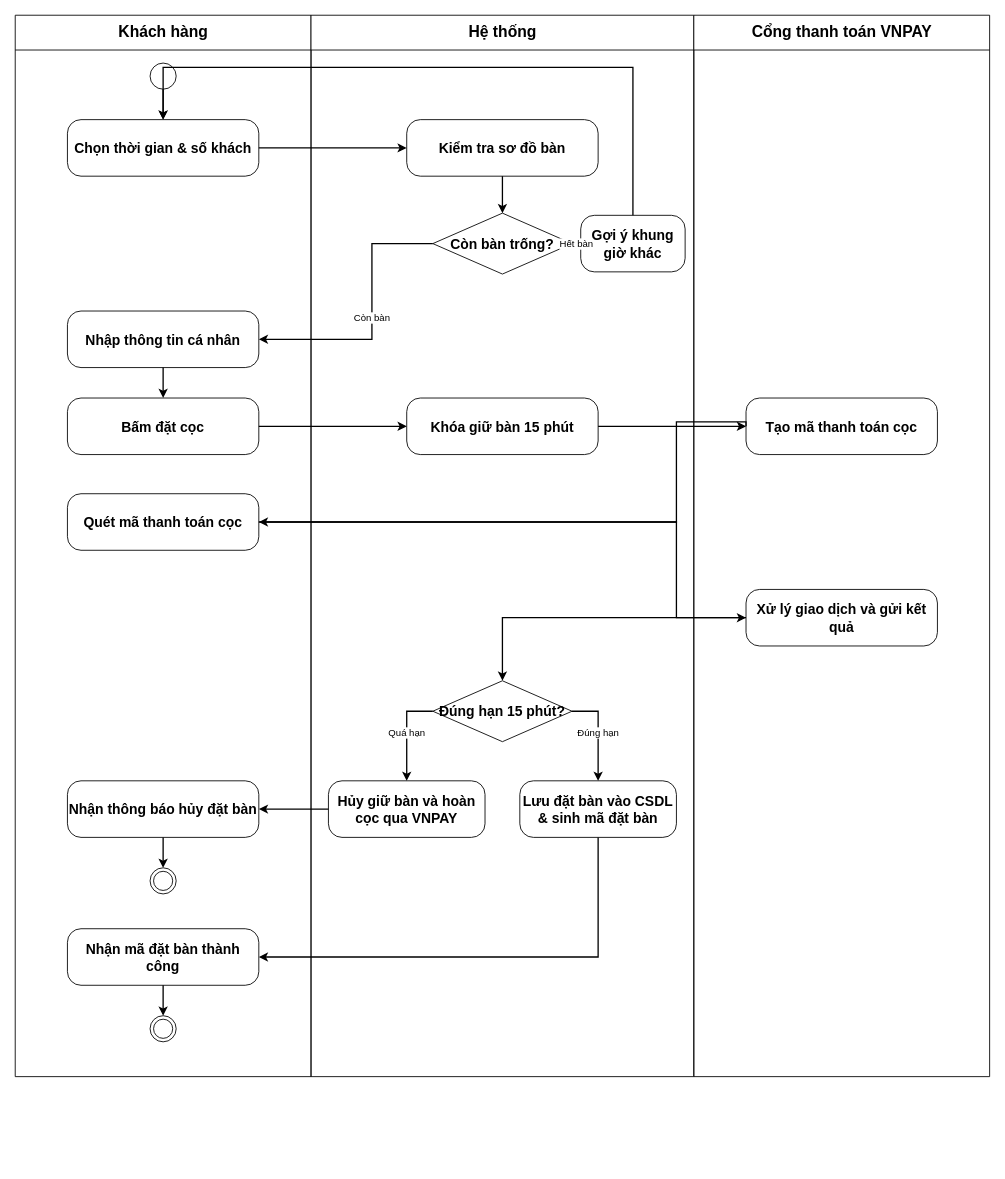
AndrewQng/VinDining keeps this draw.io diagram as docs/phase1/drawio/ad01_reservation_deposit.drawio. Above is the earlier version. Source tidied: cells renumbered, new cells numbered last; positions are measured from the earlier drawing's top-left corner, leaving out a move shared by most shapes. Both pictures are drawn from the tidied source at 87%, with x=0, y=0 at pixel (15, 15).
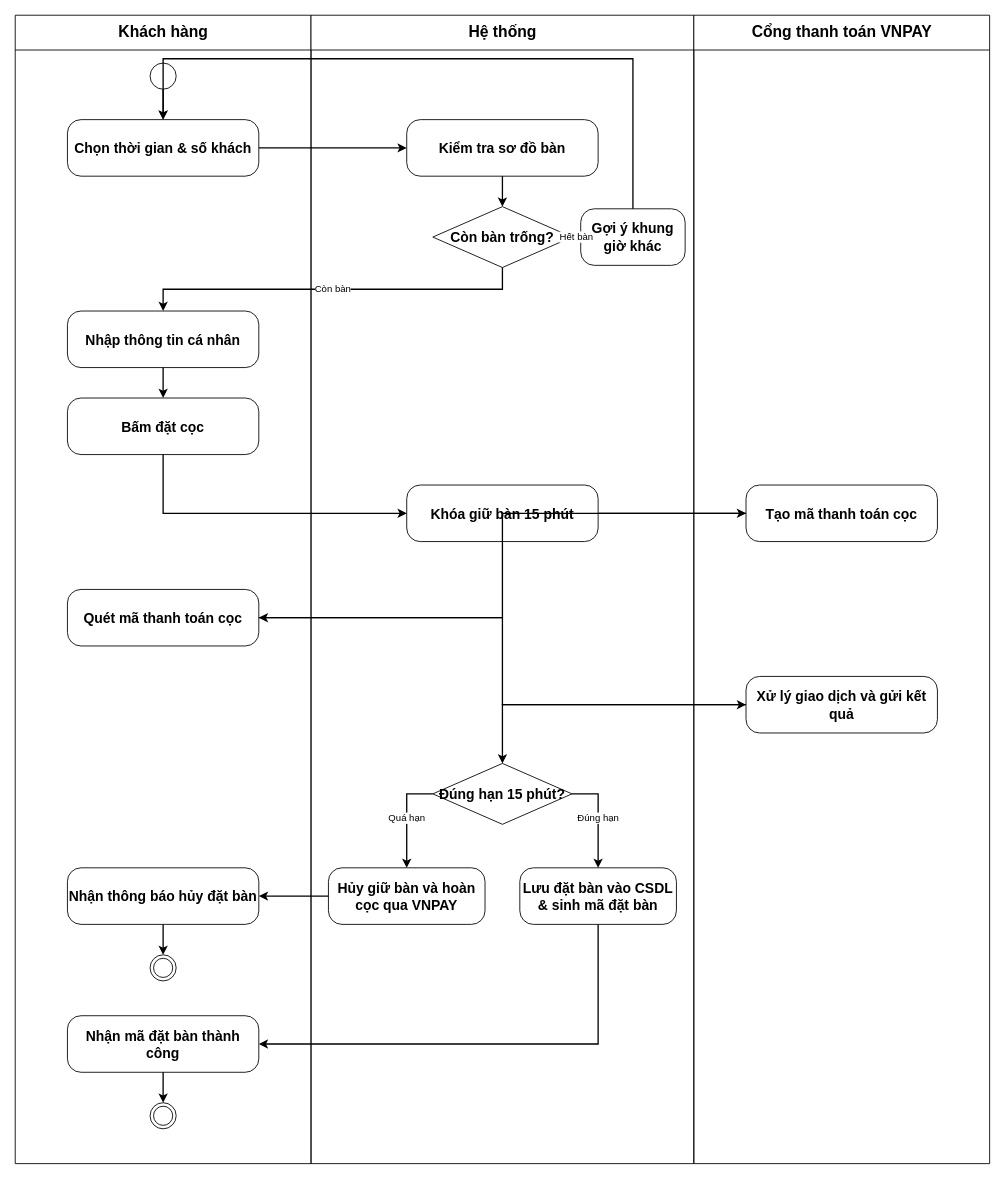
The same page after the edit.

Commit message:
fix(ad01): loai bo triet de diem uon gay loi duong doc va lech mui ten

The change refers to these unchanged cells:
```xml
<mxCell id="4" value="Chọn thời gian &amp;amp; số khách" style="rounded=1;arcSize=24;whiteSpace=wrap;html=1;fontStyle=1;fontSize=16;align=center;verticalAlign=middle;" parent="2" vertex="1">
  <mxGeometry x="60" y="120" width="220" height="65" as="geometry" />
</mxCell>
<mxCell id="5" value="Nhập thông tin cá nhân" style="rounded=1;arcSize=24;whiteSpace=wrap;html=1;fontStyle=1;fontSize=16;align=center;verticalAlign=middle;" parent="2" vertex="1">
  <mxGeometry x="60" y="340" width="220" height="65" as="geometry" />
</mxCell>
<mxCell id="6" value="Bấm đặt cọc" style="rounded=1;arcSize=24;whiteSpace=wrap;html=1;fontStyle=1;fontSize=16;align=center;verticalAlign=middle;" parent="2" vertex="1">
  <mxGeometry x="60" y="440" width="220" height="65" as="geometry" />
</mxCell>
```

The edit, as a diff of the source:
```diff
@@
     <mxCell id="2" value="Khách hàng" style="swimlane;html=1;startSize=40;horizontal=1;fontStyle=1;fontSize=18;align=center;verticalAlign=middle;swimlaneLine=1;" parent="1" vertex="1">
-      <mxGeometry width="340" height="1220" as="geometry" />
+      <mxGeometry width="340" height="1320" as="geometry" />
     </mxCell>
@@
     <mxCell id="7" value="Quét mã thanh toán cọc" style="rounded=1;arcSize=24;whiteSpace=wrap;html=1;fontStyle=1;fontSize=16;align=center;verticalAlign=middle;" parent="2" vertex="1">
-      <mxGeometry x="60" y="550" width="220" height="65" as="geometry" />
+      <mxGeometry x="60" y="660" width="220" height="65" as="geometry" />
     </mxCell>
     <mxCell id="8" value="Nhận thông báo hủy đặt bàn" style="rounded=1;arcSize=24;whiteSpace=wrap;html=1;fontStyle=1;fontSize=16;align=center;verticalAlign=middle;" parent="2" vertex="1">
-      <mxGeometry x="60" y="880" width="220" height="65" as="geometry" />
+      <mxGeometry x="60" y="980" width="220" height="65" as="geometry" />
     </mxCell>
     <mxCell id="9" style="ellipse;html=1;shape=endState;fontSize=18;" parent="2" vertex="1">
-      <mxGeometry x="155" y="980" width="30" height="30" as="geometry" />
+      <mxGeometry x="155" y="1080" width="30" height="30" as="geometry" />
     </mxCell>
     <mxCell id="10" value="Nhận mã đặt bàn thành công" style="rounded=1;arcSize=24;whiteSpace=wrap;html=1;fontStyle=1;fontSize=16;align=center;verticalAlign=middle;" parent="2" vertex="1">
-      <mxGeometry x="60" y="1050" width="220" height="65" as="geometry" />
+      <mxGeometry x="60" y="1150" width="220" height="65" as="geometry" />
     </mxCell>
     <mxCell id="11" style="ellipse;html=1;shape=endState;fontSize=18;" parent="2" vertex="1">
-      <mxGeometry x="155" y="1150" width="30" height="30" as="geometry" />
+      <mxGeometry x="155" y="1250" width="30" height="30" as="geometry" />
     </mxCell>
@@
     <mxCell id="16" value="Hệ thống" style="swimlane;html=1;startSize=40;horizontal=1;fontStyle=1;fontSize=18;align=center;verticalAlign=middle;swimlaneLine=1;" parent="1" vertex="1">
-      <mxGeometry x="340" width="440" height="1220" as="geometry" />
+      <mxGeometry x="340" width="440" height="1320" as="geometry" />
     </mxCell>
@@
     <mxCell id="18" value="Còn bàn trống?" style="rhombus;whiteSpace=wrap;html=1;fontStyle=1;fontSize=16;align=center;verticalAlign=middle;" parent="16" vertex="1">
-      <mxGeometry x="140" y="227.5" width="160" height="70" as="geometry" />
+      <mxGeometry x="140" y="220" width="160" height="70" as="geometry" />
     </mxCell>
     <mxCell id="19" value="Gợi ý khung giờ khác" style="rounded=1;arcSize=24;whiteSpace=wrap;html=1;fontStyle=1;fontSize=16;align=center;verticalAlign=middle;" parent="16" vertex="1">
-      <mxGeometry x="310" y="230" width="120" height="65" as="geometry" />
+      <mxGeometry x="310" y="222.5" width="120" height="65" as="geometry" />
     </mxCell>
     <mxCell id="20" value="Khóa giữ bàn 15 phút" style="rounded=1;arcSize=24;whiteSpace=wrap;html=1;fontStyle=1;fontSize=16;align=center;verticalAlign=middle;" parent="16" vertex="1">
-      <mxGeometry x="110" y="440" width="220" height="65" as="geometry" />
+      <mxGeometry x="110" y="540" width="220" height="65" as="geometry" />
     </mxCell>
     <mxCell id="21" value="Đúng hạn 15 phút?" style="rhombus;whiteSpace=wrap;html=1;fontStyle=1;fontSize=16;align=center;verticalAlign=middle;" parent="16" vertex="1">
-      <mxGeometry x="140" y="765" width="160" height="70" as="geometry" />
+      <mxGeometry x="140" y="860" width="160" height="70" as="geometry" />
     </mxCell>
     <mxCell id="22" value="Hủy giữ bàn và hoàn cọc qua VNPAY" style="rounded=1;arcSize=24;whiteSpace=wrap;html=1;fontStyle=1;fontSize=16;align=center;verticalAlign=middle;" parent="16" vertex="1">
-      <mxGeometry x="20" y="880" width="180" height="65" as="geometry" />
+      <mxGeometry x="20" y="980" width="180" height="65" as="geometry" />
     </mxCell>
     <mxCell id="23" value="Lưu đặt bàn vào CSDL &amp;amp; sinh mã đặt bàn" style="rounded=1;arcSize=24;whiteSpace=wrap;html=1;fontStyle=1;fontSize=16;align=center;verticalAlign=middle;" parent="16" vertex="1">
-      <mxGeometry x="240" y="880" width="180" height="65" as="geometry" />
+      <mxGeometry x="240" y="980" width="180" height="65" as="geometry" />
     </mxCell>
@@
     <mxCell id="26" value="Quá hạn" style="edgeStyle=orthogonalEdgeStyle;rounded=0;strokeWidth=1.5;html=1;exitX=0;exitY=0.5;entryX=0.5;entryY=0;" parent="16" edge="1" source="21" target="22">
-      <mxGeometry relative="1" as="geometry">
-        <Array as="points">
-          <mxPoint x="110" y="800" />
-        </Array>
-      </mxGeometry>
+      <mxGeometry relative="1" as="geometry" />
     </mxCell>
     <mxCell id="27" value="Đúng hạn" style="edgeStyle=orthogonalEdgeStyle;rounded=0;strokeWidth=1.5;html=1;exitX=1;exitY=0.5;entryX=0.5;entryY=0;" parent="16" edge="1" source="21" target="23">
-      <mxGeometry relative="1" as="geometry">
-        <Array as="points">
-          <mxPoint x="330" y="800" />
-        </Array>
-      </mxGeometry>
+      <mxGeometry relative="1" as="geometry" />
     </mxCell>
     <mxCell id="28" value="Cổng thanh toán VNPAY" style="swimlane;html=1;startSize=40;horizontal=1;fontStyle=1;fontSize=18;align=center;verticalAlign=middle;swimlaneLine=1;" parent="1" vertex="1">
-      <mxGeometry x="780" width="340" height="1220" as="geometry" />
+      <mxGeometry x="780" width="340" height="1320" as="geometry" />
     </mxCell>
     <mxCell id="29" value="Tạo mã thanh toán cọc" style="rounded=1;arcSize=24;whiteSpace=wrap;html=1;fontStyle=1;fontSize=16;align=center;verticalAlign=middle;" parent="28" vertex="1">
-      <mxGeometry x="60" y="440" width="220" height="65" as="geometry" />
+      <mxGeometry x="60" y="540" width="220" height="65" as="geometry" />
     </mxCell>
     <mxCell id="30" value="Xử lý giao dịch và gửi kết quả" style="rounded=1;arcSize=24;whiteSpace=wrap;html=1;fontStyle=1;fontSize=16;align=center;verticalAlign=middle;" parent="28" vertex="1">
-      <mxGeometry x="60" y="660" width="220" height="65" as="geometry" />
+      <mxGeometry x="60" y="760" width="220" height="65" as="geometry" />
     </mxCell>
@@
     <mxCell id="32" style="edgeStyle=orthogonalEdgeStyle;rounded=0;strokeWidth=1.5;html=1;exitX=0.5;exitY=0;entryX=0.5;entryY=0;" parent="1" edge="1" source="19" target="4">
       <mxGeometry relative="1" as="geometry">
         <Array as="points">
-          <mxPoint x="710" y="60" />
-          <mxPoint x="170" y="60" />
+          <mxPoint x="710" y="50" />
+          <mxPoint x="170" y="50" />
         </Array>
       </mxGeometry>
     </mxCell>
-    <mxCell id="33" value="Còn bàn" style="edgeStyle=orthogonalEdgeStyle;rounded=0;strokeWidth=1.5;html=1;exitX=0;exitY=0.5;entryX=1;entryY=0.5;" parent="1" edge="1" source="18" target="5">
-      <mxGeometry relative="1" as="geometry">
-        <Array as="points">
-          <mxPoint x="410" y="262.5" />
-          <mxPoint x="410" y="372.5" />
-        </Array>
-      </mxGeometry>
+    <mxCell id="33" value="Còn bàn" style="edgeStyle=orthogonalEdgeStyle;rounded=0;strokeWidth=1.5;html=1;exitX=0.5;exitY=1;entryX=0.5;entryY=0;" parent="1" edge="1" source="18" target="5">
+      <mxGeometry relative="1" as="geometry" />
     </mxCell>
-    <mxCell id="34" style="edgeStyle=orthogonalEdgeStyle;rounded=0;strokeWidth=1.5;html=1;exitX=1;exitY=0.5;entryX=0;entryY=0.5;" parent="1" edge="1" source="6" target="20">
+    <mxCell id="34" style="edgeStyle=orthogonalEdgeStyle;rounded=0;strokeWidth=1.5;html=1;exitX=0.5;exitY=1;entryX=0;entryY=0.5;" parent="1" edge="1" source="6" target="20">
       <mxGeometry relative="1" as="geometry" />
     </mxCell>
@@
     <mxCell id="36" style="edgeStyle=orthogonalEdgeStyle;rounded=0;strokeWidth=1.5;html=1;exitX=0;exitY=0.5;entryX=1;entryY=0.5;" parent="1" edge="1" source="29" target="7">
-      <mxGeometry relative="1" as="geometry">
-        <Array as="points">
-          <mxPoint x="760" y="467.5" />
-          <mxPoint x="760" y="582.5" />
-        </Array>
-      </mxGeometry>
+      <mxGeometry relative="1" as="geometry" />
     </mxCell>
     <mxCell id="37" style="edgeStyle=orthogonalEdgeStyle;rounded=0;strokeWidth=1.5;html=1;exitX=1;exitY=0.5;entryX=0;entryY=0.5;" parent="1" edge="1" source="7" target="30">
-      <mxGeometry relative="1" as="geometry">
-        <Array as="points">
-          <mxPoint x="760" y="582.5" />
-          <mxPoint x="760" y="692.5" />
-        </Array>
-      </mxGeometry>
+      <mxGeometry relative="1" as="geometry" />
     </mxCell>
     <mxCell id="38" style="edgeStyle=orthogonalEdgeStyle;rounded=0;strokeWidth=1.5;html=1;exitX=0;exitY=0.5;entryX=0.5;entryY=0;" parent="1" edge="1" source="30" target="21">
-      <mxGeometry relative="1" as="geometry">
-        <Array as="points">
-          <mxPoint x="560" y="692.5" />
-        </Array>
-      </mxGeometry>
+      <mxGeometry relative="1" as="geometry" />
     </mxCell>
@@
     <mxCell id="40" style="edgeStyle=orthogonalEdgeStyle;rounded=0;strokeWidth=1.5;html=1;exitX=0.5;exitY=1;entryX=1;entryY=0.5;" parent="1" edge="1" source="23" target="10">
-      <mxGeometry relative="1" as="geometry">
-        <Array as="points">
-          <mxPoint x="670" y="1082.5" />
-        </Array>
-      </mxGeometry>
+      <mxGeometry relative="1" as="geometry" />
     </mxCell>
```
